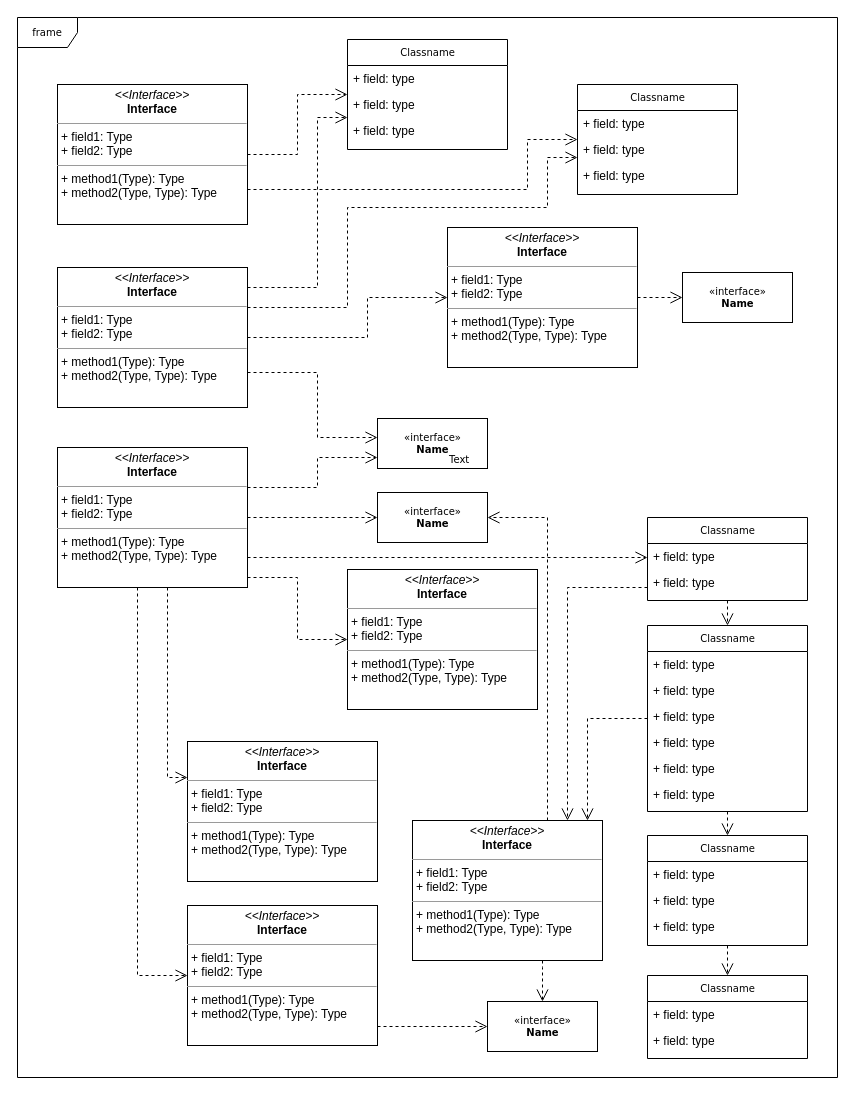
This is page "Page-1" (1 of 3) of 未命名绘图.drawio from yanjun-marknum/DesignPatterns, a draw.io file, before an edit. Source tidied: cells renumbered, new cells numbered last; positions are measured from the earlier drawing's top-left corner, leaving out a move shared by most shapes. Both pictures are drawn from the tidied source at 100%, with x=0, y=0 at pixel (17, 17).
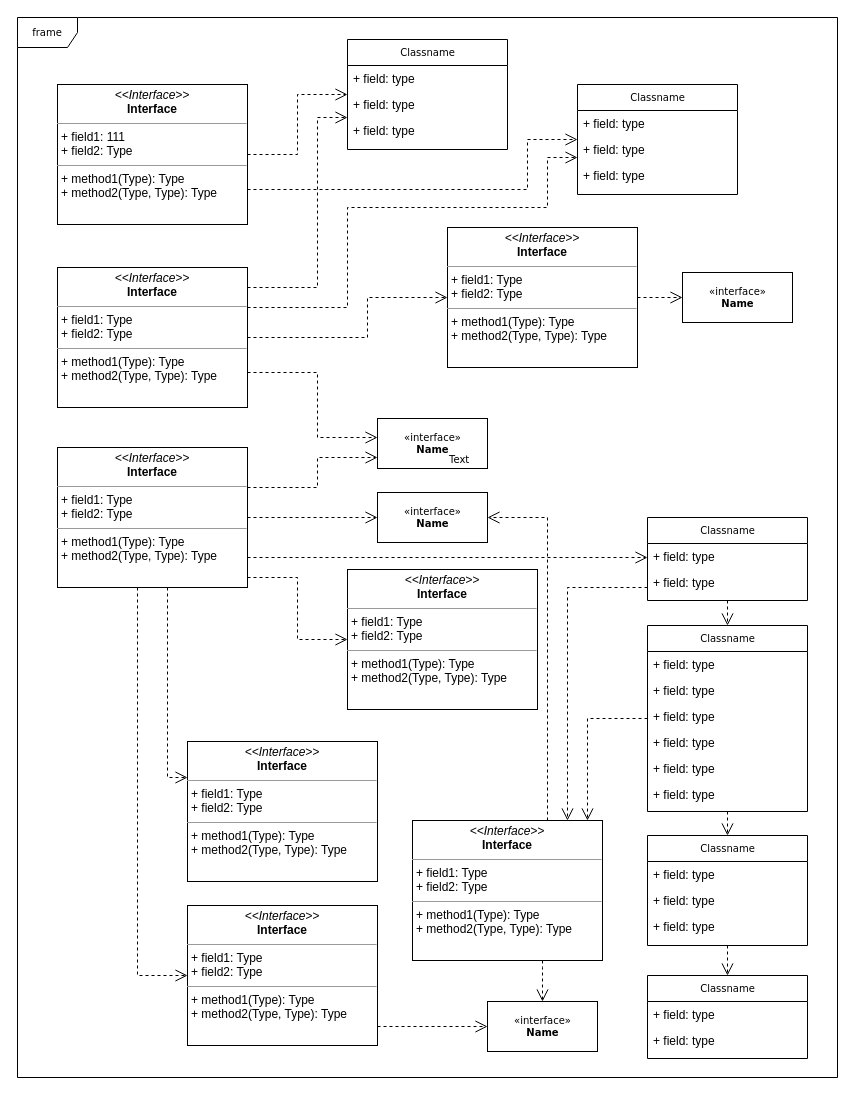
Above is the later version.

Commit message:
更新未命名绘图.drawio

Change to the diagram source:
```diff
@@
-    <mxCell id="48" value="&lt;p style=&quot;margin:0px;margin-top:4px;text-align:center;&quot;&gt;&lt;i&gt;&amp;lt;&amp;lt;Interface&amp;gt;&amp;gt;&lt;/i&gt;&lt;br/&gt;&lt;b&gt;Interface&lt;/b&gt;&lt;/p&gt;&lt;hr size=&quot;1&quot;/&gt;&lt;p style=&quot;margin:0px;margin-left:4px;&quot;&gt;+ field1: Type&lt;br/&gt;+ field2: Type&lt;/p&gt;&lt;hr size=&quot;1&quot;/&gt;&lt;p style=&quot;margin:0px;margin-left:4px;&quot;&gt;+ method1(Type): Type&lt;br/&gt;+ method2(Type, Type): Type&lt;/p&gt;" style="verticalAlign=top;align=left;overflow=fill;fontSize=12;fontFamily=Helvetica;html=1;rounded=0;shadow=0;comic=0;labelBackgroundColor=none;strokeWidth=1;" parent="1" vertex="1">
+    <mxCell id="48" value="&lt;p style=&quot;margin:0px;margin-top:4px;text-align:center;&quot;&gt;&lt;i&gt;&amp;lt;&amp;lt;Interface&amp;gt;&amp;gt;&lt;/i&gt;&lt;br&gt;&lt;b&gt;Interface&lt;/b&gt;&lt;/p&gt;&lt;hr size=&quot;1&quot;&gt;&lt;p style=&quot;margin:0px;margin-left:4px;&quot;&gt;+ field1: 111&lt;br&gt;+ field2: Type&lt;/p&gt;&lt;hr size=&quot;1&quot;&gt;&lt;p style=&quot;margin:0px;margin-left:4px;&quot;&gt;+ method1(Type): Type&lt;br&gt;+ method2(Type, Type): Type&lt;/p&gt;" style="verticalAlign=top;align=left;overflow=fill;fontSize=12;fontFamily=Helvetica;html=1;rounded=0;shadow=0;comic=0;labelBackgroundColor=none;strokeWidth=1;" parent="1" vertex="1">
       <mxGeometry x="40" y="67" width="190" height="140" as="geometry" />
     </mxCell>
```
